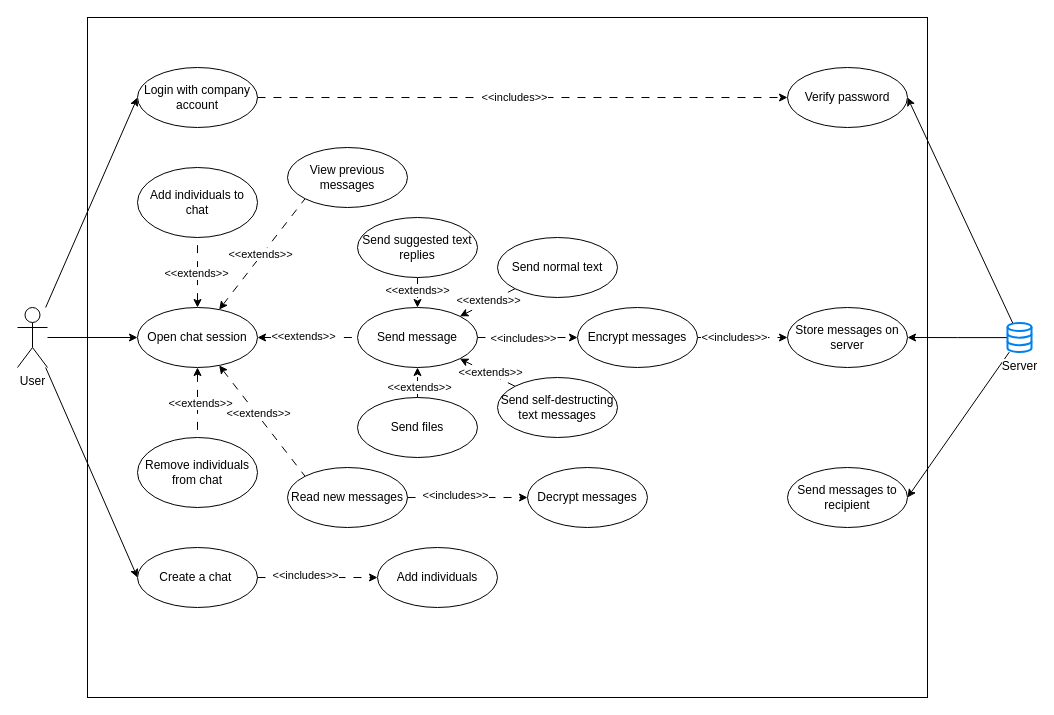
SumanyaG/3A04 keeps this draw.io diagram as D1/figures/usecase.drawio. Above is the earlier version. Source tidied: cells renumbered, new cells numbered last; positions are measured from the earlier drawing's top-left corner, leaving out a move shared by most shapes. Both pictures are drawn from the tidied source at 100%, with x=0, y=0 at pixel (17, 17).
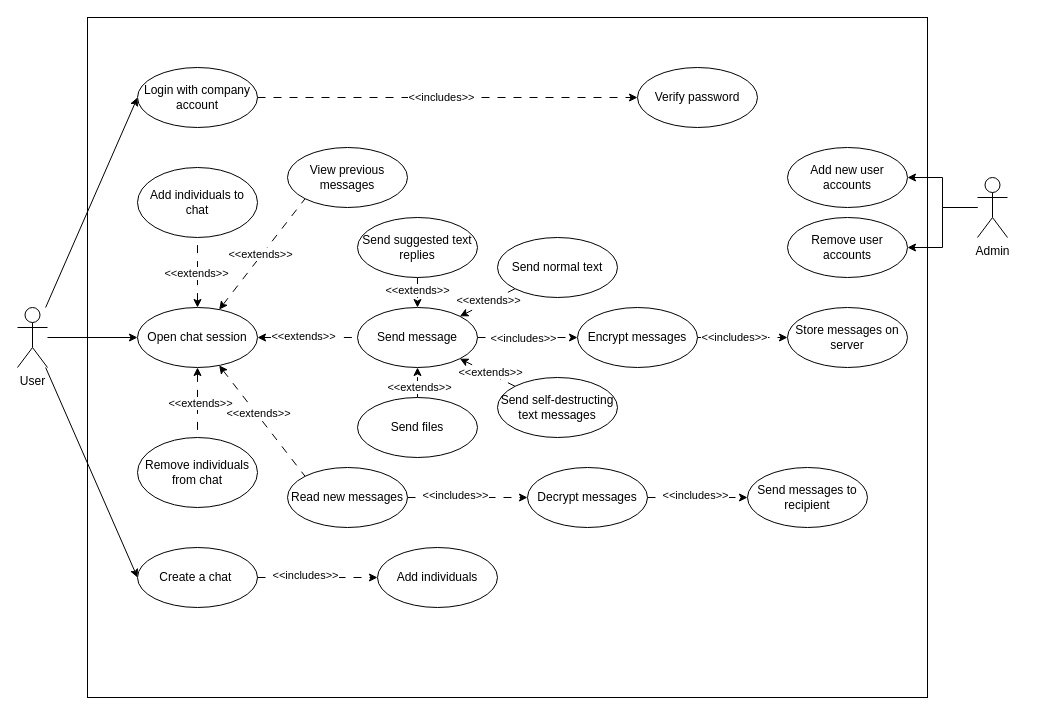
Above is the later version.

The change refers to these unchanged cells:
```xml
<mxCell id="45" value="Store messages on server" style="ellipse;whiteSpace=wrap;html=1;" parent="1" vertex="1">
  <mxGeometry x="770" y="290" width="120" height="60" as="geometry" />
</mxCell>
<mxCell id="47" value="Decrypt messages" style="ellipse;whiteSpace=wrap;html=1;" parent="1" vertex="1">
  <mxGeometry x="510" y="450" width="120" height="60" as="geometry" />
</mxCell>
```

Diff of the diagram source:
```diff
@@
-    <mxCell id="10" style="edgeStyle=orthogonalEdgeStyle;rounded=0;jettySize=auto;html=1;entryX=1;entryY=0.5;entryDx=0;entryDy=0;" parent="1" edge="1" source="13" target="45">
-      <mxGeometry relative="1" as="geometry" />
-    </mxCell>
-    <mxCell id="11" style="rounded=0;jettySize=auto;html=1;entryX=1;entryY=0.5;entryDx=0;entryDy=0;" parent="1" edge="1" source="13" target="46">
-      <mxGeometry relative="1" as="geometry" />
-    </mxCell>
-    <mxCell id="12" style="rounded=0;jettySize=auto;html=1;entryX=1;entryY=0.5;entryDx=0;entryDy=0;" parent="1" edge="1" source="13" target="14">
-      <mxGeometry relative="1" as="geometry" />
-    </mxCell>
-    <mxCell id="13" value="Server" style="html=1;verticalLabelPosition=bottom;align=center;labelBackgroundColor=#ffffff;verticalAlign=top;strokeWidth=2;strokeColor=#0080F0;shadow=0;dashed=0;shape=mxgraph.ios7.icons.data;" parent="1" vertex="1">
-      <mxGeometry x="990" y="305.5" width="24" height="29.1" as="geometry" />
-    </mxCell>
     <mxCell id="14" value="Verify password" style="ellipse;whiteSpace=wrap;html=1;" parent="1" vertex="1">
-      <mxGeometry x="770" y="50" width="120" height="60" as="geometry" />
+      <mxGeometry x="620" y="50" width="120" height="60" as="geometry" />
     </mxCell>
@@
     <mxCell id="46" value="Send messages to recipient" style="ellipse;whiteSpace=wrap;html=1;" parent="1" vertex="1">
-      <mxGeometry x="770" y="450" width="120" height="60" as="geometry" />
+      <mxGeometry x="730" y="450" width="120" height="60" as="geometry" />
     </mxCell>
+    <mxCell id="57" style="edgeStyle=orthogonalEdgeStyle;rounded=0;jettySize=auto;html=1;dashed=1;dashPattern=8 8;" parent="1" edge="1" source="47" target="46">
+      <mxGeometry relative="1" as="geometry" />
+    </mxCell>
+    <mxCell id="58" value="&amp;lt;&amp;lt;includes&amp;gt;&amp;gt;" style="edgeLabel;html=1;align=center;verticalAlign=middle;" parent="57" vertex="1">
+      <mxGeometry x="-0.07" y="3" relative="1" as="geometry" />
+    </mxCell>
@@
+    <mxCell id="59" style="edgeStyle=orthogonalEdgeStyle;rounded=0;jettySize=auto;html=1;" parent="1" edge="1" source="61" target="62">
+      <mxGeometry relative="1" as="geometry" />
+    </mxCell>
+    <mxCell id="60" style="edgeStyle=orthogonalEdgeStyle;rounded=0;jettySize=auto;html=1;" parent="1" edge="1" source="61" target="63">
+      <mxGeometry relative="1" as="geometry" />
+    </mxCell>
+    <mxCell id="61" value="Admin" style="shape=umlActor;verticalLabelPosition=bottom;verticalAlign=top;html=1;outlineConnect=0;" parent="1" vertex="1">
+      <mxGeometry x="960" y="160" width="30" height="60" as="geometry" />
+    </mxCell>
+    <mxCell id="62" value="Add new user accounts" style="ellipse;whiteSpace=wrap;html=1;" parent="1" vertex="1">
+      <mxGeometry x="770" y="130" width="120" height="60" as="geometry" />
+    </mxCell>
+    <mxCell id="63" value="Remove user accounts" style="ellipse;whiteSpace=wrap;html=1;" parent="1" vertex="1">
+      <mxGeometry x="770" y="200" width="120" height="60" as="geometry" />
+    </mxCell>
```
